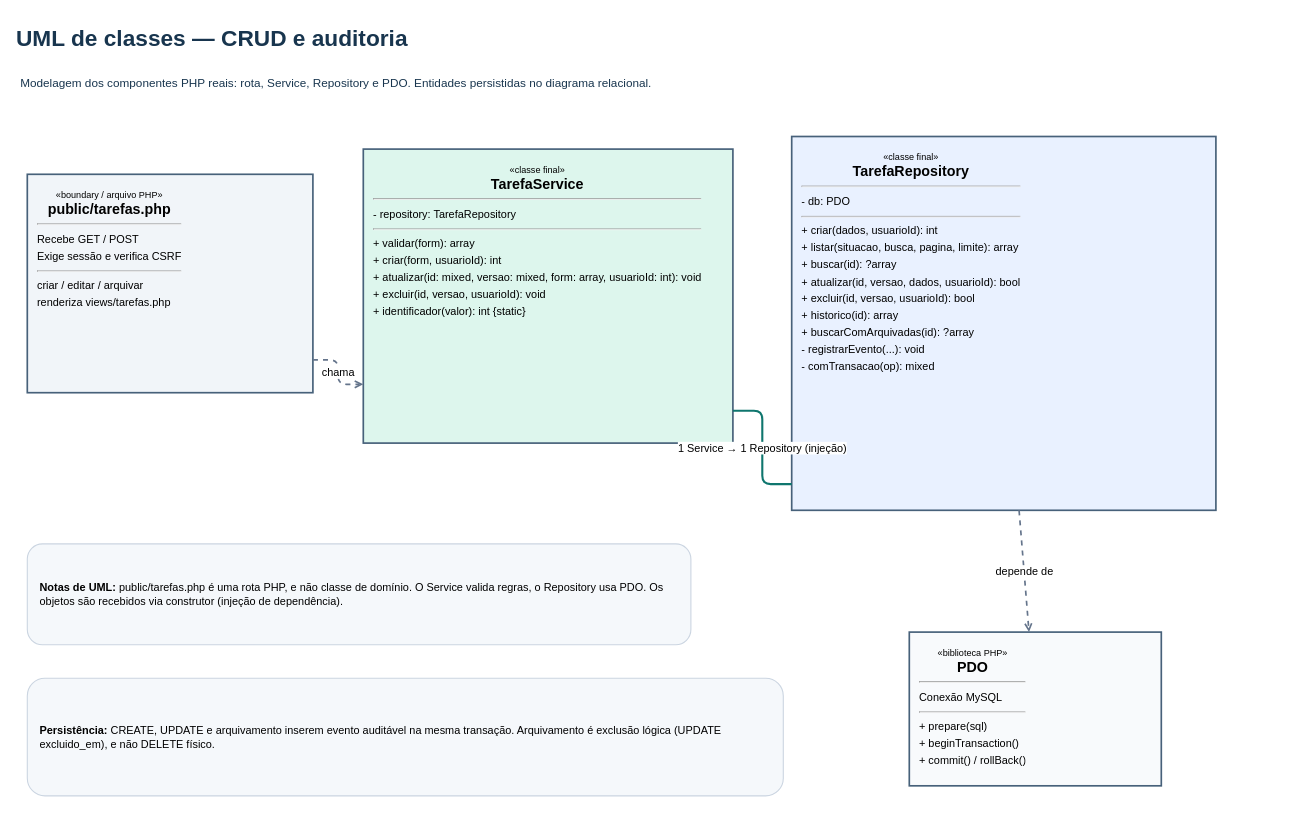
This is diagramas-corrigidos-editaveis/03-classes-php-crud.drawio from brunorobertocataneo/Monitorrenova, a draw.io file, before an edit. Source tidied: cells renumbered, new cells numbered last; positions are measured from the earlier drawing's top-left corner, leaving out a move shared by most shapes. Both pictures are drawn from the tidied source at 84%, with x=0, y=0 at pixel (14, 14).
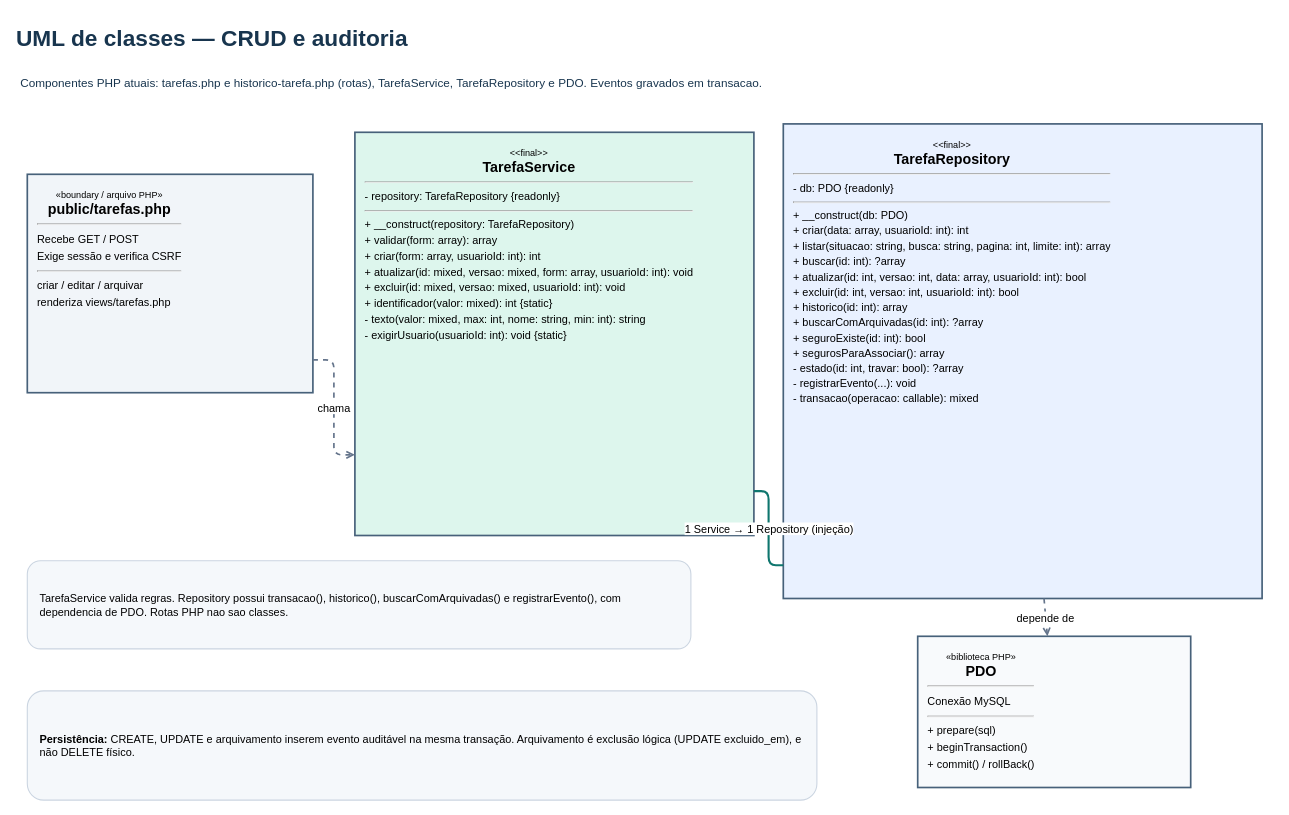
Above is the later version.

Change to the diagram source:
```diff
@@
 <mxGraphModel>
   <root>
     <mxCell id="0" />
     <mxCell id="1" parent="0" />
     <mxCell id="2" value="&lt;b style=&quot;font-size:27px&quot;&gt;UML de classes — CRUD e auditoria&lt;/b&gt;" style="rounded=0;whiteSpace=wrap;html=1;fillColor=none;strokeColor=none;align=left;verticalAlign=middle;fontSize=25;fontColor=#18354E;" parent="1" vertex="1">
       <mxGeometry width="1500" height="58" as="geometry" />
     </mxCell>
-    <mxCell id="3" value="Modelagem dos componentes PHP reais: rota, Service, Repository e PDO. Entidades persistidas no diagrama relacional." style="rounded=0;whiteSpace=wrap;html=1;fillColor=none;strokeColor=none;align=left;verticalAlign=middle;fontSize=14;fontColor=#18354E;" parent="1" vertex="1">
+    <mxCell id="3" value="Componentes PHP atuais: tarefas.php e historico-tarefa.php (rotas), TarefaService, TarefaRepository e PDO. Eventos gravados em transacao." style="rounded=0;whiteSpace=wrap;html=1;fillColor=none;strokeColor=none;align=left;verticalAlign=middle;fontSize=14;fontColor=#18354E;" parent="1" vertex="1">
       <mxGeometry x="5" y="58" width="1490" height="45" as="geometry" />
     </mxCell>
     <mxCell id="4" value="&lt;div style=&quot;text-align:center&quot;&gt;&lt;small&gt;«boundary / arquivo PHP»&lt;/small&gt;&lt;br/&gt;&lt;b style=&quot;font-size:17px&quot;&gt;public/tarefas.php&lt;/b&gt;&lt;/div&gt;&lt;hr/&gt;&lt;div style=&quot;font-size:13px;line-height:1.55&quot;&gt;Recebe GET / POST&lt;br/&gt;Exige sessão e verifica CSRF&lt;/div&gt;&lt;hr/&gt;&lt;div style=&quot;font-size:13px;line-height:1.55&quot;&gt;criar / editar / arquivar&lt;br/&gt;renderiza views/tarefas.php&lt;/div&gt;" style="rounded=0;whiteSpace=wrap;html=1;fillColor=#F1F5F9;strokeColor=#47617A;strokeWidth=2;align=left;verticalAlign=top;spacing=12;overflow=hidden;fontSize=13;" parent="1" vertex="1">
       <mxGeometry x="15" y="190" width="340" height="260" as="geometry" />
     </mxCell>
-    <mxCell id="5" value="&lt;div style=&quot;text-align:center&quot;&gt;&lt;small&gt;«classe final»&lt;/small&gt;&lt;br/&gt;&lt;b style=&quot;font-size:17px&quot;&gt;TarefaService&lt;/b&gt;&lt;/div&gt;&lt;hr/&gt;&lt;div style=&quot;font-size:13px;line-height:1.55&quot;&gt;- repository: TarefaRepository&lt;/div&gt;&lt;hr/&gt;&lt;div style=&quot;font-size:13px;line-height:1.55&quot;&gt;+ validar(form): array&lt;br/&gt;+ criar(form, usuarioId): int&lt;br/&gt;+ atualizar(id: mixed, versao: mixed, form: array, usuarioId: int): void&lt;br/&gt;+ excluir(id, versao, usuarioId): void&lt;br/&gt;+ identificador(valor): int {static}&lt;/div&gt;" style="rounded=0;whiteSpace=wrap;html=1;fillColor=#DDF6ED;strokeColor=#47617A;strokeWidth=2;align=left;verticalAlign=top;spacing=12;overflow=hidden;fontSize=13;" parent="1" vertex="1">
-      <mxGeometry x="415" y="160" width="440" height="350" as="geometry" />
+    <mxCell id="5" value="&lt;div style=&quot;text-align:center&quot;&gt;&lt;small&gt;&amp;lt;&amp;lt;final&amp;gt;&amp;gt;&lt;/small&gt;&lt;br/&gt;&lt;b style=&quot;font-size:17px&quot;&gt;TarefaService&lt;/b&gt;&lt;/div&gt;&lt;hr/&gt;&lt;div style=&quot;font-size:13px;line-height:1.45&quot;&gt;- repository: TarefaRepository {readonly}&lt;/div&gt;&lt;hr/&gt;&lt;div style=&quot;font-size:13px;line-height:1.45&quot;&gt;+ __construct(repository: TarefaRepository)&lt;br/&gt;+ validar(form: array): array&lt;br/&gt;+ criar(form: array, usuarioId: int): int&lt;br/&gt;+ atualizar(id: mixed, versao: mixed, form: array, usuarioId: int): void&lt;br/&gt;+ excluir(id: mixed, versao: mixed, usuarioId: int): void&lt;br/&gt;+ identificador(valor: mixed): int {static}&lt;br/&gt;- texto(valor: mixed, max: int, nome: string, min: int): string&lt;br/&gt;- exigirUsuario(usuarioId: int): void {static}&lt;/div&gt;" style="rounded=0;whiteSpace=wrap;html=1;fillColor=#DDF6ED;strokeColor=#47617A;strokeWidth=2;align=left;verticalAlign=top;spacing=12;overflow=hidden;fontSize=13;" parent="1" vertex="1">
+      <mxGeometry x="405" y="140" width="475" height="480" as="geometry" />
     </mxCell>
-    <mxCell id="6" value="&lt;div style=&quot;text-align:center&quot;&gt;&lt;small&gt;«classe final»&lt;/small&gt;&lt;br/&gt;&lt;b style=&quot;font-size:17px&quot;&gt;TarefaRepository&lt;/b&gt;&lt;/div&gt;&lt;hr/&gt;&lt;div style=&quot;font-size:13px;line-height:1.55&quot;&gt;- db: PDO&lt;/div&gt;&lt;hr/&gt;&lt;div style=&quot;font-size:13px;line-height:1.55&quot;&gt;+ criar(dados, usuarioId): int&lt;br/&gt;+ listar(situacao, busca, pagina, limite): array&lt;br/&gt;+ buscar(id): ?array&lt;br/&gt;+ atualizar(id, versao, dados, usuarioId): bool&lt;br/&gt;+ excluir(id, versao, usuarioId): bool&lt;br/&gt;+ historico(id): array&lt;br/&gt;+ buscarComArquivadas(id): ?array&lt;br/&gt;- registrarEvento(...): void&lt;br/&gt;- comTransacao(op): mixed&lt;/div&gt;" style="rounded=0;whiteSpace=wrap;html=1;fillColor=#E9F1FF;strokeColor=#47617A;strokeWidth=2;align=left;verticalAlign=top;spacing=12;overflow=hidden;fontSize=13;" parent="1" vertex="1">
-      <mxGeometry x="925" y="145" width="505" height="445" as="geometry" />
+    <mxCell id="6" value="&lt;div style=&quot;text-align:center&quot;&gt;&lt;small&gt;&amp;lt;&amp;lt;final&amp;gt;&amp;gt;&lt;/small&gt;&lt;br/&gt;&lt;b style=&quot;font-size:17px&quot;&gt;TarefaRepository&lt;/b&gt;&lt;/div&gt;&lt;hr/&gt;&lt;div style=&quot;font-size:13px;line-height:1.4&quot;&gt;- db: PDO {readonly}&lt;/div&gt;&lt;hr/&gt;&lt;div style=&quot;font-size:13px;line-height:1.4&quot;&gt;+ __construct(db: PDO)&lt;br/&gt;+ criar(data: array, usuarioId: int): int&lt;br/&gt;+ listar(situacao: string, busca: string, pagina: int, limite: int): array&lt;br/&gt;+ buscar(id: int): ?array&lt;br/&gt;+ atualizar(id: int, versao: int, data: array, usuarioId: int): bool&lt;br/&gt;+ excluir(id: int, versao: int, usuarioId: int): bool&lt;br/&gt;+ historico(id: int): array&lt;br/&gt;+ buscarComArquivadas(id: int): ?array&lt;br/&gt;+ seguroExiste(id: int): bool&lt;br/&gt;+ segurosParaAssociar(): array&lt;br/&gt;- estado(id: int, travar: bool): ?array&lt;br/&gt;- registrarEvento(...): void&lt;br/&gt;- transacao(operacao: callable): mixed&lt;/div&gt;" style="rounded=0;whiteSpace=wrap;html=1;fillColor=#E9F1FF;strokeColor=#47617A;strokeWidth=2;align=left;verticalAlign=top;spacing=12;overflow=hidden;fontSize=13;" parent="1" vertex="1">
+      <mxGeometry x="915" y="130" width="570" height="565" as="geometry" />
     </mxCell>
     <mxCell id="7" value="&lt;div style=&quot;text-align:center&quot;&gt;&lt;small&gt;«biblioteca PHP»&lt;/small&gt;&lt;br/&gt;&lt;b style=&quot;font-size:17px&quot;&gt;PDO&lt;/b&gt;&lt;/div&gt;&lt;hr/&gt;&lt;div style=&quot;font-size:13px;line-height:1.55&quot;&gt;Conexão MySQL&lt;/div&gt;&lt;hr/&gt;&lt;div style=&quot;font-size:13px;line-height:1.55&quot;&gt;+ prepare(sql)&lt;br/&gt;+ beginTransaction()&lt;br/&gt;+ commit() / rollBack()&lt;/div&gt;" style="rounded=0;whiteSpace=wrap;html=1;fillColor=#F8FAFC;strokeColor=#47617A;strokeWidth=2;align=left;verticalAlign=top;spacing=12;overflow=hidden;fontSize=13;" parent="1" vertex="1">
-      <mxGeometry x="1065" y="735" width="300" height="183" as="geometry" />
+      <mxGeometry x="1075" y="740" width="325" height="180" as="geometry" />
     </mxCell>
     <mxCell id="8" value="chama" style="endArrow=open;endFill=0;dashed=1;strokeColor=#64748B;strokeWidth=2;fontSize=13;html=1;labelBackgroundColor=#FFFFFF;edgeStyle=orthogonalEdgeStyle;exitX=1;exitY=0.85;entryX=0;entryY=0.80;" parent="1" edge="1" source="4" target="5">
       <mxGeometry relative="1" as="geometry" />
     </mxCell>
     <mxCell id="9" value="1 Service → 1 Repository (injeção)" style="endArrow=none;strokeColor=#0F766E;strokeWidth=2.5;fontSize=13;html=1;labelBackgroundColor=#FFFFFF;edgeStyle=orthogonalEdgeStyle;exitX=1;exitY=0.89;entryX=0;entryY=0.93;" parent="1" edge="1" source="5" target="6">
       <mxGeometry relative="1" as="geometry" />
     </mxCell>
     <mxCell id="10" value="depende de" style="endArrow=open;endFill=0;dashed=1;strokeColor=#64748B;strokeWidth=2;fontSize=13;html=1;labelBackgroundColor=#FFFFFF;" parent="1" edge="1" source="6" target="7">
       <mxGeometry relative="1" as="geometry" />
     </mxCell>
-    <mxCell id="11" value="&lt;b&gt;Notas de UML:&lt;/b&gt; public/tarefas.php é uma rota PHP, e não classe de domínio. O Service valida regras, o Repository usa PDO. Os objetos são recebidos via construtor (injeção de dependência)." style="rounded=1;whiteSpace=wrap;html=1;fillColor=#F5F8FB;strokeColor=#CBD5E1;strokeWidth=1.3;align=left;verticalAlign=middle;spacing=15;fontSize=13;" parent="1" vertex="1">
-      <mxGeometry x="15" y="630" width="790" height="120" as="geometry" />
+    <mxCell id="11" value="TarefaService valida regras. Repository possui transacao(), historico(), buscarComArquivadas() e registrarEvento(), com dependencia de PDO. Rotas PHP nao sao classes." style="rounded=1;whiteSpace=wrap;html=1;fillColor=#F5F8FB;strokeColor=#CBD5E1;strokeWidth=1.3;align=left;verticalAlign=middle;spacing=15;fontSize=13;" parent="1" vertex="1">
+      <mxGeometry x="15" y="650" width="790" height="105" as="geometry" />
     </mxCell>
     <mxCell id="12" value="&lt;b&gt;Persistência:&lt;/b&gt; CREATE, UPDATE e arquivamento inserem evento auditável na mesma transação. Arquivamento é exclusão lógica (UPDATE excluido_em), e não DELETE físico." style="rounded=1;whiteSpace=wrap;html=1;fillColor=#F5F8FB;strokeColor=#CBD5E1;strokeWidth=1.3;align=left;verticalAlign=middle;spacing=15;fontSize=13;" parent="1" vertex="1">
-      <mxGeometry x="15" y="790" width="900" height="140" as="geometry" />
+      <mxGeometry x="15" y="805" width="940" height="130" as="geometry" />
     </mxCell>
   </root>
 </mxGraphModel>
```
